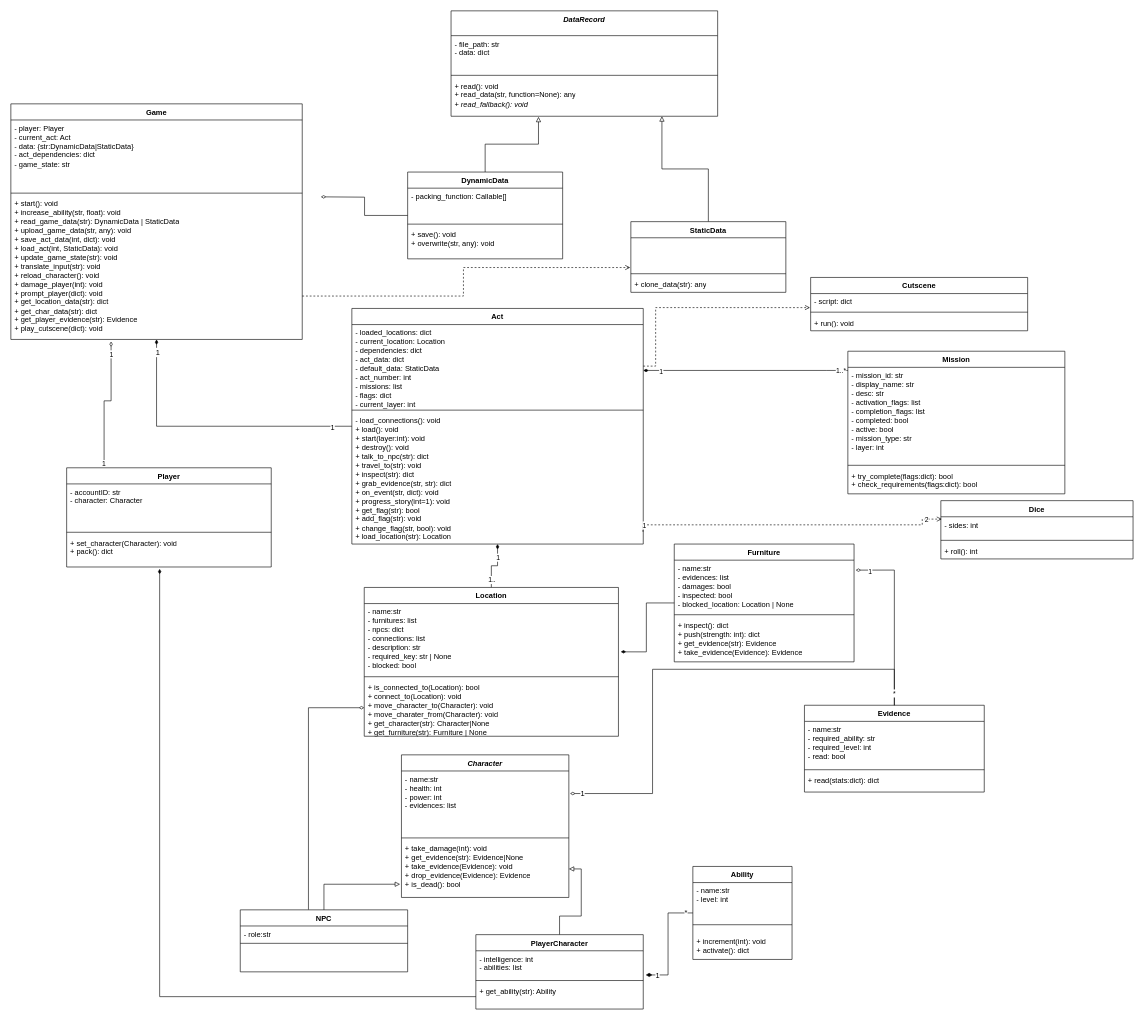
The draw.io diagram page "CLASS" (1 of 2) of dev_files/UML_Diagram.drawio in Engenheiro87/ProjetoOOP_RPG-GAME, before the edit. Source tidied: cells renumbered, new cells numbered last; positions are measured from the earlier drawing's top-left corner, leaving out a move shared by most shapes. Both pictures are drawn from the tidied source at 62%, with x=0, y=0 at pixel (11, 11).
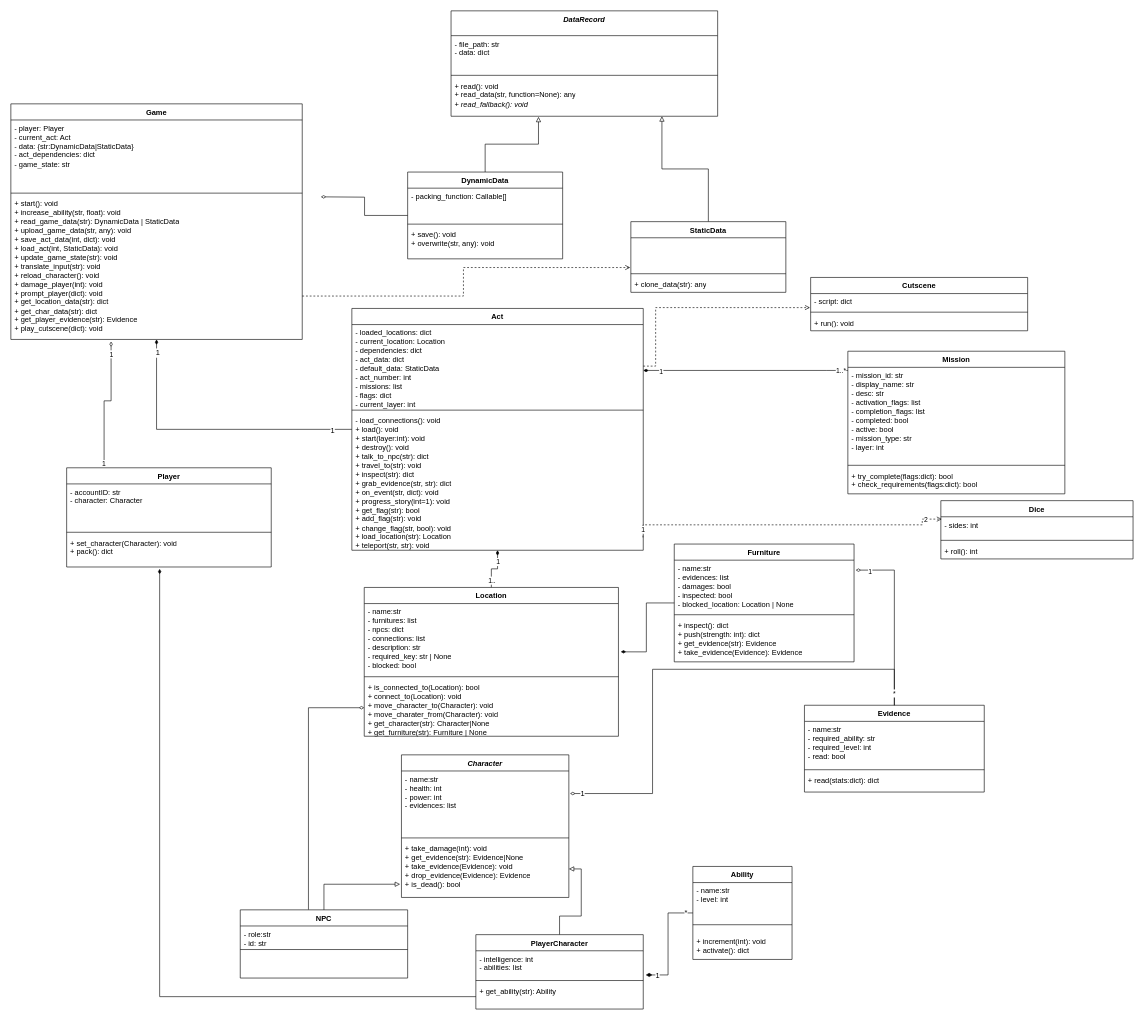
The same diagram, later.

The edit, as a diff of the source:
```diff
@@
     <mxCell id="7" value="NPC" style="swimlane;fontStyle=1;align=center;verticalAlign=top;horizontal=1;startSize=26;whiteSpace=wrap;html=1;fillColor=default;" parent="1" vertex="1">
-      <mxGeometry x="370" y="1450" width="270" height="100" as="geometry" />
+      <mxGeometry x="370" y="1450" width="270" height="110" as="geometry" />
     </mxCell>
-    <mxCell id="8" value="- role:str" style="text;strokeColor=none;fillColor=none;align=left;verticalAlign=top;spacingLeft=4;spacingRight=4;overflow=hidden;whiteSpace=wrap;html=1;" parent="7" vertex="1">
-      <mxGeometry y="26" width="270" height="24" as="geometry" />
+    <mxCell id="8" value="- role:str&lt;div&gt;- id: str&lt;/div&gt;" style="text;strokeColor=none;fillColor=none;align=left;verticalAlign=top;spacingLeft=4;spacingRight=4;overflow=hidden;whiteSpace=wrap;html=1;" parent="7" vertex="1">
+      <mxGeometry y="26" width="270" height="34" as="geometry" />
     </mxCell>
     <mxCell id="9" style="line;strokeWidth=1;fillColor=none;align=left;verticalAlign=middle;spacingTop=-1;spacingLeft=3;spacingRight=3;labelPosition=right;strokeColor=inherit;" parent="7" vertex="1">
-      <mxGeometry y="50" width="270" height="8" as="geometry" />
+      <mxGeometry y="60" width="270" height="8" as="geometry" />
     </mxCell>
     <mxCell id="10" value="&lt;div&gt;&lt;br&gt;&lt;/div&gt;&lt;div&gt;&lt;br&gt;&lt;/div&gt;" style="text;strokeColor=none;fillColor=none;align=left;verticalAlign=top;spacingLeft=4;spacingRight=4;overflow=hidden;whiteSpace=wrap;html=1;" parent="7" vertex="1">
-      <mxGeometry y="58" width="270" height="42" as="geometry" />
+      <mxGeometry y="68" width="270" height="42" as="geometry" />
     </mxCell>
@@
     <mxCell id="53" value="Act" style="swimlane;fontStyle=1;align=center;verticalAlign=top;horizontal=1;startSize=26;whiteSpace=wrap;html=1;" parent="1" vertex="1">
-      <mxGeometry x="550" y="480" width="470" height="380" as="geometry" />
+      <mxGeometry x="550" y="480" width="470" height="390" as="geometry" />
     </mxCell>
@@
-    <mxCell id="56" value="&lt;div&gt;- load_connections(): void&lt;/div&gt;&lt;div&gt;+ load(): void&lt;/div&gt;&lt;div&gt;+ start(layer:int): void&lt;/div&gt;&lt;div&gt;+ destroy(): void&lt;/div&gt;&lt;div&gt;+ talk_to_npc(str): dict&lt;/div&gt;&lt;div&gt;+ travel_to(str): void&lt;/div&gt;&lt;div&gt;+ inspect(str): dict&lt;/div&gt;&lt;div&gt;+ grab_evidence(str, str): dict&lt;/div&gt;&lt;div&gt;+ on_event(str, dict): void&lt;/div&gt;&lt;div&gt;+ progress_story(int=1): void&lt;/div&gt;&lt;div&gt;+ get_flag(str): bool&lt;/div&gt;&lt;div&gt;+ add_flag(str): void&lt;/div&gt;&lt;div&gt;+ change_flag(str, bool): void&lt;/div&gt;&lt;div&gt;+ load_location(str): Location&lt;/div&gt;" style="text;strokeColor=none;fillColor=none;align=left;verticalAlign=top;spacingLeft=4;spacingRight=4;overflow=hidden;points=[[0,0.5],[1,0.5]];portConstraint=eastwest;whiteSpace=wrap;html=1;" parent="53" vertex="1">
-      <mxGeometry y="168" width="470" height="212" as="geometry" />
+    <mxCell id="56" value="&lt;div&gt;- load_connections(): void&lt;/div&gt;&lt;div&gt;+ load(): void&lt;/div&gt;&lt;div&gt;+ start(layer:int): void&lt;/div&gt;&lt;div&gt;+ destroy(): void&lt;/div&gt;&lt;div&gt;+ talk_to_npc(str): dict&lt;/div&gt;&lt;div&gt;+ travel_to(str): void&lt;/div&gt;&lt;div&gt;+ inspect(str): dict&lt;/div&gt;&lt;div&gt;+ grab_evidence(str, str): dict&lt;/div&gt;&lt;div&gt;+ on_event(str, dict): void&lt;/div&gt;&lt;div&gt;+ progress_story(int=1): void&lt;/div&gt;&lt;div&gt;+ get_flag(str): bool&lt;/div&gt;&lt;div&gt;+ add_flag(str): void&lt;/div&gt;&lt;div&gt;+ change_flag(str, bool): void&lt;/div&gt;&lt;div&gt;+ load_location(str): Location&lt;/div&gt;&lt;div&gt;+ teleport(str, str): void&lt;/div&gt;" style="text;strokeColor=none;fillColor=none;align=left;verticalAlign=top;spacingLeft=4;spacingRight=4;overflow=hidden;points=[[0,0.5],[1,0.5]];portConstraint=eastwest;whiteSpace=wrap;html=1;" parent="53" vertex="1">
+      <mxGeometry y="168" width="470" height="222" as="geometry" />
     </mxCell>
```
